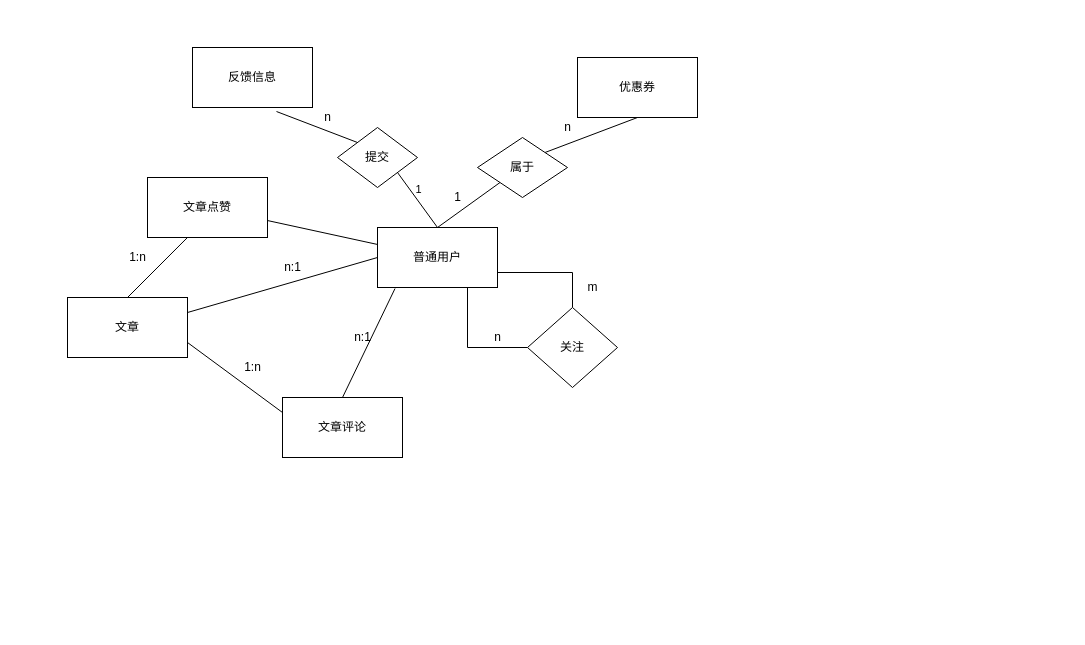
The draw.io diagram AIPLANTING_ER.drawio in SixteenTime/aboutSome, before the edit. Source tidied: cells renumbered, new cells numbered last; positions are measured from the earlier drawing's top-left corner, leaving out a move shared by most shapes. Both pictures are drawn from the tidied source at 100%, with x=0, y=0 at pixel (67, 47).
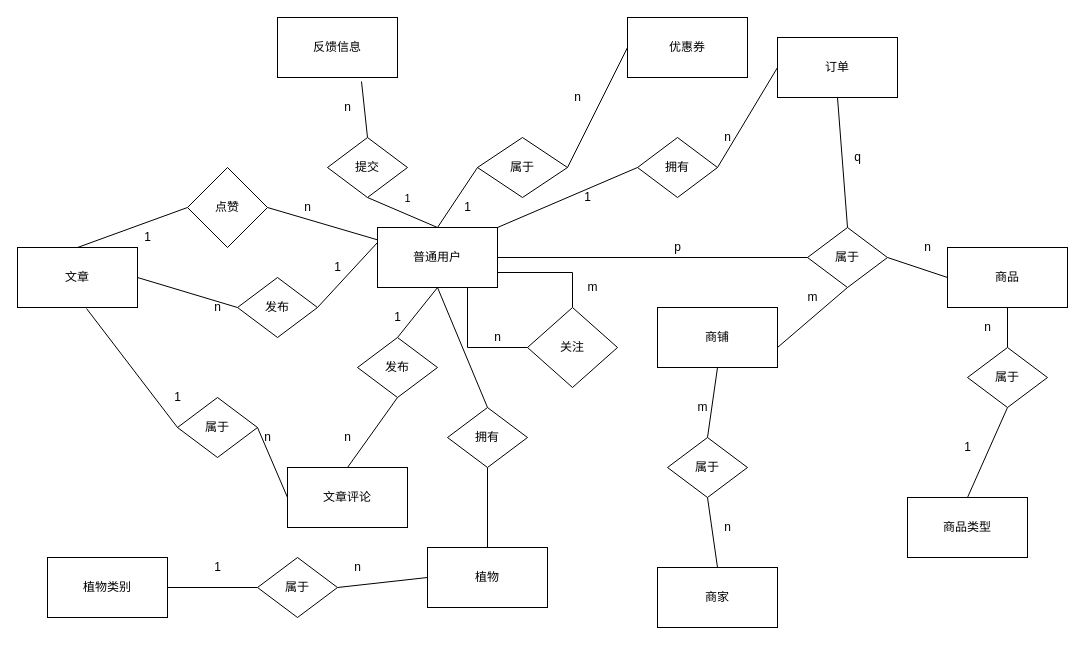
After the change.

The change refers to these unchanged cells:
```xml
<mxCell id="5" value="普通用户" style="rounded=0;whiteSpace=wrap;html=1;" parent="1" vertex="1">
  <mxGeometry x="310" y="180" width="120" height="60" as="geometry" />
</mxCell>
<mxCell id="25" value="属于" style="rhombus;whiteSpace=wrap;html=1;" parent="1" vertex="1">
  <mxGeometry x="410" y="90" width="90" height="60" as="geometry" />
</mxCell>
```

The edit, as a diff of the source:
```diff
@@
-    <mxCell id="3" style="edgeStyle=none;rounded=0;jettySize=auto;html=1;exitX=0.5;exitY=0;exitDx=0;exitDy=0;entryX=1;entryY=1;entryDx=0;entryDy=0;endArrow=none;endFill=0;" parent="1" edge="1" source="5" target="30">
+    <mxCell id="3" style="edgeStyle=none;rounded=0;jettySize=auto;html=1;exitX=0.5;exitY=0;exitDx=0;exitDy=0;entryX=0.5;entryY=1;entryDx=0;entryDy=0;endArrow=none;endFill=0;" parent="1" edge="1" source="5" target="30">
       <mxGeometry relative="1" as="geometry" />
     </mxCell>
     <mxCell id="4" value="1" style="edgeLabel;html=1;align=center;verticalAlign=middle;" parent="3" vertex="1">
-      <mxGeometry x="0.23" y="-7" relative="1" as="geometry" />
+      <mxGeometry x="0.23" y="-7" relative="1" as="geometry">
+        <mxPoint x="10.4" y="-5" as="offset" />
+      </mxGeometry>
     </mxCell>
+    <mxCell id="32" style="edgeStyle=none;rounded=0;jettySize=auto;html=1;exitX=0.5;exitY=1;exitDx=0;exitDy=0;entryX=0.5;entryY=0;entryDx=0;entryDy=0;endArrow=none;endFill=0;" parent="1" edge="1" source="5" target="38">
+      <mxGeometry relative="1" as="geometry" />
+    </mxCell>
+    <mxCell id="33" style="edgeStyle=none;rounded=0;jettySize=auto;html=1;exitX=0.5;exitY=1;exitDx=0;exitDy=0;entryX=0.5;entryY=0;entryDx=0;entryDy=0;endArrow=none;endFill=0;" parent="1" edge="1" source="5" target="54">
+      <mxGeometry relative="1" as="geometry" />
+    </mxCell>
+    <mxCell id="34" style="edgeStyle=none;rounded=0;jettySize=auto;html=1;exitX=0;exitY=0.25;exitDx=0;exitDy=0;entryX=1;entryY=0.5;entryDx=0;entryDy=0;endArrow=none;endFill=0;" parent="1" edge="1" source="5" target="46">
+      <mxGeometry relative="1" as="geometry" />
+    </mxCell>
+    <mxCell id="35" style="edgeStyle=none;rounded=0;jettySize=auto;html=1;exitX=1;exitY=0;exitDx=0;exitDy=0;entryX=0;entryY=0.5;entryDx=0;entryDy=0;endArrow=none;endFill=0;" parent="1" edge="1" source="5" target="78">
+      <mxGeometry relative="1" as="geometry" />
+    </mxCell>
@@
     <mxCell id="6" value="反馈信息" style="rounded=0;whiteSpace=wrap;html=1;" parent="1" vertex="1">
-      <mxGeometry x="125" width="120" height="60" as="geometry" />
+      <mxGeometry x="210" y="-30" width="120" height="60" as="geometry" />
     </mxCell>
     <mxCell id="7" value="优惠券" style="rounded=0;whiteSpace=wrap;html=1;" parent="1" vertex="1">
-      <mxGeometry x="510" y="10" width="120" height="60" as="geometry" />
+      <mxGeometry x="560" y="-30" width="120" height="60" as="geometry" />
     </mxCell>
     <mxCell id="8" value="文章" style="rounded=0;whiteSpace=wrap;html=1;" parent="1" vertex="1">
-      <mxGeometry y="250" width="120" height="60" as="geometry" />
+      <mxGeometry x="-50" y="200" width="120" height="60" as="geometry" />
     </mxCell>
+    <mxCell id="36" style="edgeStyle=none;rounded=0;jettySize=auto;html=1;exitX=0;exitY=0.5;exitDx=0;exitDy=0;entryX=1;entryY=0.5;entryDx=0;entryDy=0;endArrow=none;endFill=0;" parent="1" edge="1" source="9" target="42">
+      <mxGeometry relative="1" as="geometry" />
+    </mxCell>
     <mxCell id="9" value="文章评论" style="rounded=0;whiteSpace=wrap;html=1;" parent="1" vertex="1">
-      <mxGeometry x="215" y="350" width="120" height="60" as="geometry" />
+      <mxGeometry x="220" y="420" width="120" height="60" as="geometry" />
     </mxCell>
-    <mxCell id="10" value="文章点赞" style="rounded=0;whiteSpace=wrap;html=1;" parent="1" vertex="1">
-      <mxGeometry x="80" y="130" width="120" height="60" as="geometry" />
-    </mxCell>
@@
-    <mxCell id="15" style="endArrow=none;html=1;entryX=0.146;entryY=1.017;entryDx=0;entryDy=0;entryPerimeter=0;exitX=0.5;exitY=0;exitDx=0;exitDy=0;" parent="1" edge="1" source="9" target="5">
-      <mxGeometry relative="1" as="geometry" />
-    </mxCell>
-    <mxCell id="16" value="n:1" style="text;html=1;align=center;verticalAlign=middle;" parent="1" vertex="1">
-      <mxGeometry x="280" y="280" width="30" height="20" as="geometry" />
-    </mxCell>
-    <mxCell id="17" style="endArrow=none;html=1;entryX=0;entryY=0.5;entryDx=0;entryDy=0;exitX=1;exitY=0.25;exitDx=0;exitDy=0;" parent="1" edge="1" source="8" target="5">
-      <mxGeometry relative="1" as="geometry" />
-    </mxCell>
-    <mxCell id="18" value="n:1" style="text;html=1;align=center;verticalAlign=middle;" parent="1" vertex="1">
-      <mxGeometry x="210" y="210" width="30" height="20" as="geometry" />
-    </mxCell>
-    <mxCell id="19" style="endArrow=none;html=1;entryX=0;entryY=0.25;entryDx=0;entryDy=0;exitX=1;exitY=0.75;exitDx=0;exitDy=0;" parent="1" edge="1" source="8" target="9">
-      <mxGeometry relative="1" as="geometry" />
-    </mxCell>
-    <mxCell id="20" value="1:n" style="text;html=1;align=center;verticalAlign=middle;" parent="1" vertex="1">
-      <mxGeometry x="170" y="310" width="30" height="20" as="geometry" />
-    </mxCell>
-    <mxCell id="21" style="endArrow=none;html=1;exitX=0.5;exitY=0;exitDx=0;exitDy=0;entryX=0.333;entryY=1;entryDx=0;entryDy=0;entryPerimeter=0;" parent="1" edge="1" source="8" target="10">
+    <mxCell id="21" style="endArrow=none;html=1;exitX=0.5;exitY=0;exitDx=0;exitDy=0;entryX=0;entryY=0.5;entryDx=0;entryDy=0;" parent="1" edge="1" source="8" target="48">
       <mxGeometry relative="1" as="geometry" />
     </mxCell>
-    <mxCell id="22" value="1:n" style="text;html=1;align=center;verticalAlign=middle;" parent="1" vertex="1">
-      <mxGeometry x="55" y="200" width="30" height="20" as="geometry" />
-    </mxCell>
-    <mxCell id="23" style="endArrow=none;html=1;" parent="1" edge="1" source="10" target="5">
+    <mxCell id="23" style="endArrow=none;html=1;exitX=1;exitY=0.5;exitDx=0;exitDy=0;" parent="1" edge="1" source="48" target="5">
       <mxGeometry relative="1" as="geometry" />
     </mxCell>
-    <mxCell id="24" style="rounded=0;jettySize=auto;html=1;exitX=1;exitY=0;exitDx=0;exitDy=0;entryX=0.5;entryY=1;entryDx=0;entryDy=0;endArrow=none;endFill=0;" parent="1" edge="1" source="25" target="7">
+    <mxCell id="24" style="rounded=0;jettySize=auto;html=1;exitX=1;exitY=0.5;exitDx=0;exitDy=0;entryX=0;entryY=0.5;entryDx=0;entryDy=0;endArrow=none;endFill=0;" parent="1" edge="1" source="25" target="7">
       <mxGeometry relative="1" as="geometry" />
     </mxCell>
@@
-    <mxCell id="26" style="endArrow=none;html=1;exitX=0.5;exitY=0;exitDx=0;exitDy=0;entryX=0;entryY=1;entryDx=0;entryDy=0;" parent="1" edge="1" source="5" target="25">
+    <mxCell id="26" style="endArrow=none;html=1;exitX=0.5;exitY=0;exitDx=0;exitDy=0;entryX=0;entryY=0.5;entryDx=0;entryDy=0;" parent="1" edge="1" source="5" target="25">
       <mxGeometry relative="1" as="geometry" />
     </mxCell>
     <mxCell id="27" value="1" style="text;html=1;align=center;verticalAlign=middle;" parent="1" vertex="1">
-      <mxGeometry x="380" y="140" width="20" height="20" as="geometry" />
+      <mxGeometry x="390" y="150" width="20" height="20" as="geometry" />
     </mxCell>
     <mxCell id="28" value="n" style="text;html=1;align=center;verticalAlign=middle;" parent="1" vertex="1">
-      <mxGeometry x="490" y="70" width="20" height="20" as="geometry" />
+      <mxGeometry x="500" y="40" width="20" height="20" as="geometry" />
     </mxCell>
-    <mxCell id="29" style="edgeStyle=none;rounded=0;jettySize=auto;html=1;exitX=0;exitY=0;exitDx=0;exitDy=0;entryX=0.7;entryY=1.067;entryDx=0;entryDy=0;endArrow=none;endFill=0;entryPerimeter=0;" parent="1" edge="1" source="30" target="6">
+    <mxCell id="29" style="edgeStyle=none;rounded=0;jettySize=auto;html=1;exitX=0.5;exitY=0;exitDx=0;exitDy=0;entryX=0.7;entryY=1.067;entryDx=0;entryDy=0;endArrow=none;endFill=0;entryPerimeter=0;" parent="1" edge="1" source="30" target="6">
       <mxGeometry relative="1" as="geometry" />
     </mxCell>
     <mxCell id="30" value="提交" style="rhombus;whiteSpace=wrap;html=1;" parent="1" vertex="1">
-      <mxGeometry x="270" y="80" width="80" height="60" as="geometry" />
+      <mxGeometry x="260" y="90" width="80" height="60" as="geometry" />
     </mxCell>
     <mxCell id="31" value="n" style="text;html=1;align=center;verticalAlign=middle;" parent="1" vertex="1">
-      <mxGeometry x="250" y="60" width="20" height="20" as="geometry" />
+      <mxGeometry x="270" y="50" width="20" height="20" as="geometry" />
     </mxCell>
+    <mxCell id="37" style="edgeStyle=none;rounded=0;jettySize=auto;html=1;exitX=0.5;exitY=1;exitDx=0;exitDy=0;entryX=0.5;entryY=0;entryDx=0;entryDy=0;endArrow=none;endFill=0;" parent="1" edge="1" source="38" target="9">
+      <mxGeometry relative="1" as="geometry" />
+    </mxCell>
+    <mxCell id="38" value="发布" style="rhombus;whiteSpace=wrap;html=1;" parent="1" vertex="1">
+      <mxGeometry x="290" y="290" width="80" height="60" as="geometry" />
+    </mxCell>
+    <mxCell id="39" value="1" style="text;html=1;align=center;verticalAlign=middle;" parent="1" vertex="1">
+      <mxGeometry x="320" y="260" width="20" height="20" as="geometry" />
+    </mxCell>
+    <mxCell id="40" value="n" style="text;html=1;align=center;verticalAlign=middle;" parent="1" vertex="1">
+      <mxGeometry x="270" y="380" width="20" height="20" as="geometry" />
+    </mxCell>
+    <mxCell id="41" style="edgeStyle=none;rounded=0;jettySize=auto;html=1;exitX=0;exitY=0.5;exitDx=0;exitDy=0;entryX=0.575;entryY=1.017;entryDx=0;entryDy=0;entryPerimeter=0;endArrow=none;endFill=0;" parent="1" edge="1" source="42" target="8">
+      <mxGeometry relative="1" as="geometry" />
+    </mxCell>
+    <mxCell id="42" value="属于" style="rhombus;whiteSpace=wrap;html=1;" parent="1" vertex="1">
+      <mxGeometry x="110" y="350" width="80" height="60" as="geometry" />
+    </mxCell>
+    <mxCell id="43" value="n" style="text;html=1;align=center;verticalAlign=middle;" parent="1" vertex="1">
+      <mxGeometry x="190" y="380" width="20" height="20" as="geometry" />
+    </mxCell>
+    <mxCell id="44" value="1" style="text;html=1;align=center;verticalAlign=middle;" parent="1" vertex="1">
+      <mxGeometry x="100" y="340" width="20" height="20" as="geometry" />
+    </mxCell>
+    <mxCell id="45" style="edgeStyle=none;rounded=0;jettySize=auto;html=1;exitX=0;exitY=0.5;exitDx=0;exitDy=0;entryX=1;entryY=0.5;entryDx=0;entryDy=0;endArrow=none;endFill=0;" parent="1" edge="1" source="46" target="8">
+      <mxGeometry relative="1" as="geometry" />
+    </mxCell>
+    <mxCell id="46" value="发布" style="rhombus;whiteSpace=wrap;html=1;" parent="1" vertex="1">
+      <mxGeometry x="170" y="230" width="80" height="60" as="geometry" />
+    </mxCell>
+    <mxCell id="47" value="n" style="text;html=1;align=center;verticalAlign=middle;" parent="1" vertex="1">
+      <mxGeometry x="140" y="250" width="20" height="20" as="geometry" />
+    </mxCell>
+    <mxCell id="48" value="点赞" style="rhombus;whiteSpace=wrap;html=1;" parent="1" vertex="1">
+      <mxGeometry x="120" y="120" width="80" height="80" as="geometry" />
+    </mxCell>
+    <mxCell id="49" value="n" style="text;html=1;align=center;verticalAlign=middle;" parent="1" vertex="1">
+      <mxGeometry x="230" y="150" width="20" height="20" as="geometry" />
+    </mxCell>
+    <mxCell id="50" value="1" style="text;html=1;align=center;verticalAlign=middle;" parent="1" vertex="1">
+      <mxGeometry x="70" y="180" width="20" height="20" as="geometry" />
+    </mxCell>
+    <mxCell id="51" style="edgeStyle=none;rounded=0;jettySize=auto;html=1;exitX=0;exitY=0.5;exitDx=0;exitDy=0;entryX=1;entryY=0.5;entryDx=0;entryDy=0;endArrow=none;endFill=0;" parent="1" edge="1" source="52" target="86">
+      <mxGeometry relative="1" as="geometry" />
+    </mxCell>
+    <mxCell id="52" value="植物" style="rounded=0;whiteSpace=wrap;html=1;" parent="1" vertex="1">
+      <mxGeometry x="360" y="500" width="120" height="60" as="geometry" />
+    </mxCell>
+    <mxCell id="53" style="edgeStyle=none;rounded=0;jettySize=auto;html=1;exitX=0.5;exitY=1;exitDx=0;exitDy=0;entryX=0.5;entryY=0;entryDx=0;entryDy=0;endArrow=none;endFill=0;" parent="1" edge="1" source="54" target="52">
+      <mxGeometry relative="1" as="geometry" />
+    </mxCell>
+    <mxCell id="54" value="拥有" style="rhombus;whiteSpace=wrap;html=1;" parent="1" vertex="1">
+      <mxGeometry x="380" y="360" width="80" height="60" as="geometry" />
+    </mxCell>
+    <mxCell id="55" value="1" style="text;html=1;align=center;verticalAlign=middle;" parent="1" vertex="1">
+      <mxGeometry x="260" y="210" width="20" height="20" as="geometry" />
+    </mxCell>
+    <mxCell id="56" value="商家" style="rounded=0;whiteSpace=wrap;html=1;" parent="1" vertex="1">
+      <mxGeometry x="590" y="520" width="120" height="60" as="geometry" />
+    </mxCell>
+    <mxCell id="57" style="edgeStyle=none;rounded=0;jettySize=auto;html=1;exitX=0.5;exitY=1;exitDx=0;exitDy=0;entryX=0.5;entryY=0;entryDx=0;entryDy=0;endArrow=none;endFill=0;" parent="1" edge="1" source="58" target="66">
+      <mxGeometry relative="1" as="geometry" />
+    </mxCell>
+    <mxCell id="58" value="商铺" style="rounded=0;whiteSpace=wrap;html=1;" parent="1" vertex="1">
+      <mxGeometry x="590" y="260" width="120" height="60" as="geometry" />
+    </mxCell>
+    <mxCell id="59" style="edgeStyle=none;rounded=0;jettySize=auto;html=1;exitX=0.5;exitY=1;exitDx=0;exitDy=0;entryX=0.5;entryY=0;entryDx=0;entryDy=0;endArrow=none;endFill=0;" parent="1" edge="1" source="60" target="71">
+      <mxGeometry relative="1" as="geometry" />
+    </mxCell>
+    <mxCell id="60" value="订单" style="rounded=0;whiteSpace=wrap;html=1;" parent="1" vertex="1">
+      <mxGeometry x="710" y="-10" width="120" height="60" as="geometry" />
+    </mxCell>
+    <mxCell id="61" style="edgeStyle=none;rounded=0;jettySize=auto;html=1;exitX=0;exitY=0.5;exitDx=0;exitDy=0;entryX=1;entryY=0.5;entryDx=0;entryDy=0;endArrow=none;endFill=0;" parent="1" edge="1" source="63" target="71">
+      <mxGeometry relative="1" as="geometry" />
+    </mxCell>
+    <mxCell id="62" style="edgeStyle=none;rounded=0;jettySize=auto;html=1;exitX=0.5;exitY=1;exitDx=0;exitDy=0;entryX=0.5;entryY=0;entryDx=0;entryDy=0;endArrow=none;endFill=0;" parent="1" edge="1" source="63" target="75">
+      <mxGeometry relative="1" as="geometry" />
+    </mxCell>
+    <mxCell id="63" value="商品" style="rounded=0;whiteSpace=wrap;html=1;" parent="1" vertex="1">
+      <mxGeometry x="880" y="200" width="120" height="60" as="geometry" />
+    </mxCell>
+    <mxCell id="64" value="商品类型" style="rounded=0;whiteSpace=wrap;html=1;" parent="1" vertex="1">
+      <mxGeometry x="840" y="450" width="120" height="60" as="geometry" />
+    </mxCell>
+    <mxCell id="65" style="edgeStyle=none;rounded=0;jettySize=auto;html=1;exitX=0.5;exitY=1;exitDx=0;exitDy=0;entryX=0.5;entryY=0;entryDx=0;entryDy=0;endArrow=none;endFill=0;" parent="1" edge="1" source="66" target="56">
+      <mxGeometry relative="1" as="geometry" />
+    </mxCell>
+    <mxCell id="66" value="属于" style="rhombus;whiteSpace=wrap;html=1;" parent="1" vertex="1">
+      <mxGeometry x="600" y="390" width="80" height="60" as="geometry" />
+    </mxCell>
+    <mxCell id="67" value="m" style="text;html=1;align=center;verticalAlign=middle;" parent="1" vertex="1">
+      <mxGeometry x="620" y="350" width="30" height="20" as="geometry" />
+    </mxCell>
+    <mxCell id="68" value="n" style="text;html=1;align=center;verticalAlign=middle;" parent="1" vertex="1">
+      <mxGeometry x="650" y="470" width="20" height="20" as="geometry" />
+    </mxCell>
+    <mxCell id="69" style="edgeStyle=none;rounded=0;jettySize=auto;html=1;exitX=0.5;exitY=1;exitDx=0;exitDy=0;endArrow=none;endFill=0;exitPerimeter=0;" parent="1" edge="1" source="71">
+      <mxGeometry relative="1" as="geometry">
+        <mxPoint x="710" y="300" as="targetPoint" />
+      </mxGeometry>
+    </mxCell>
+    <mxCell id="70" style="edgeStyle=none;rounded=0;jettySize=auto;html=1;exitX=0;exitY=0.5;exitDx=0;exitDy=0;entryX=1;entryY=0.5;entryDx=0;entryDy=0;endArrow=none;endFill=0;" parent="1" edge="1" source="71" target="5">
+      <mxGeometry relative="1" as="geometry" />
+    </mxCell>
+    <mxCell id="71" value="属于" style="rhombus;whiteSpace=wrap;html=1;" parent="1" vertex="1">
+      <mxGeometry x="740" y="180" width="80" height="60" as="geometry" />
+    </mxCell>
+    <mxCell id="72" value="n" style="text;html=1;align=center;verticalAlign=middle;" parent="1" vertex="1">
+      <mxGeometry x="850" y="190" width="20" height="20" as="geometry" />
+    </mxCell>
+    <mxCell id="73" value="m" style="text;html=1;align=center;verticalAlign=middle;" parent="1" vertex="1">
+      <mxGeometry x="730" y="240" width="30" height="20" as="geometry" />
+    </mxCell>
+    <mxCell id="74" style="edgeStyle=none;rounded=0;jettySize=auto;html=1;exitX=0.5;exitY=1;exitDx=0;exitDy=0;entryX=0.5;entryY=0;entryDx=0;entryDy=0;endArrow=none;endFill=0;" parent="1" edge="1" source="75" target="64">
+      <mxGeometry relative="1" as="geometry" />
+    </mxCell>
+    <mxCell id="75" value="属于" style="rhombus;whiteSpace=wrap;html=1;" parent="1" vertex="1">
+      <mxGeometry x="900" y="300" width="80" height="60" as="geometry" />
+    </mxCell>
+    <mxCell id="76" value="p" style="text;html=1;align=center;verticalAlign=middle;" parent="1" vertex="1">
+      <mxGeometry x="600" y="190" width="20" height="20" as="geometry" />
+    </mxCell>
+    <mxCell id="77" style="edgeStyle=none;rounded=0;jettySize=auto;html=1;exitX=1;exitY=0.5;exitDx=0;exitDy=0;entryX=0;entryY=0.5;entryDx=0;entryDy=0;endArrow=none;endFill=0;" parent="1" edge="1" source="78" target="60">
+      <mxGeometry relative="1" as="geometry" />
+    </mxCell>
+    <mxCell id="78" value="拥有" style="rhombus;whiteSpace=wrap;html=1;" parent="1" vertex="1">
+      <mxGeometry x="570" y="90" width="80" height="60" as="geometry" />
+    </mxCell>
+    <mxCell id="79" value="1" style="text;html=1;align=center;verticalAlign=middle;" parent="1" vertex="1">
+      <mxGeometry x="510" y="140" width="20" height="20" as="geometry" />
+    </mxCell>
+    <mxCell id="80" value="n" style="text;html=1;align=center;verticalAlign=middle;" parent="1" vertex="1">
+      <mxGeometry x="650" y="80" width="20" height="20" as="geometry" />
+    </mxCell>
+    <mxCell id="81" value="q" style="text;html=1;align=center;verticalAlign=middle;" parent="1" vertex="1">
+      <mxGeometry x="780" y="100" width="20" height="20" as="geometry" />
+    </mxCell>
+    <mxCell id="82" value="植物类别" style="rounded=0;whiteSpace=wrap;html=1;" parent="1" vertex="1">
+      <mxGeometry x="-20" y="510" width="120" height="60" as="geometry" />
+    </mxCell>
+    <mxCell id="83" value="n" style="text;html=1;align=center;verticalAlign=middle;" parent="1" vertex="1">
+      <mxGeometry x="910" y="270" width="20" height="20" as="geometry" />
+    </mxCell>
+    <mxCell id="84" value="1" style="text;html=1;align=center;verticalAlign=middle;" parent="1" vertex="1">
+      <mxGeometry x="890" y="390" width="20" height="20" as="geometry" />
+    </mxCell>
+    <mxCell id="85" style="edgeStyle=none;rounded=0;jettySize=auto;html=1;exitX=0;exitY=0.5;exitDx=0;exitDy=0;entryX=1;entryY=0.5;entryDx=0;entryDy=0;endArrow=none;endFill=0;" parent="1" edge="1" source="86" target="82">
+      <mxGeometry relative="1" as="geometry" />
+    </mxCell>
+    <mxCell id="86" value="属于" style="rhombus;whiteSpace=wrap;html=1;" parent="1" vertex="1">
+      <mxGeometry x="190" y="510" width="80" height="60" as="geometry" />
+    </mxCell>
+    <mxCell id="87" value="n" style="text;html=1;align=center;verticalAlign=middle;" parent="1" vertex="1">
+      <mxGeometry x="280" y="510" width="20" height="20" as="geometry" />
+    </mxCell>
+    <mxCell id="88" value="1" style="text;html=1;align=center;verticalAlign=middle;" parent="1" vertex="1">
+      <mxGeometry x="140" y="510" width="20" height="20" as="geometry" />
+    </mxCell>
```
